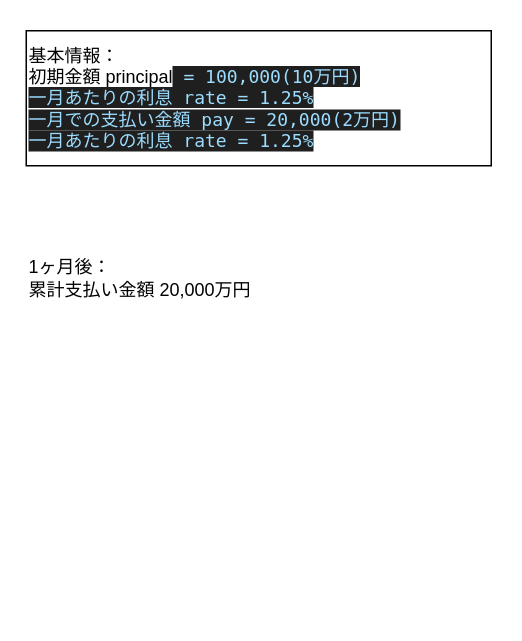
The draw.io diagram page "リボ払い" (4 of 4) of graph.dio in I-Kouta/Python2, before the edit. Source tidied: cells renumbered, new cells numbered last; positions are measured from the earlier drawing's top-left corner, leaving out a move shared by most shapes. Both pictures are drawn from the tidied source at 150%, with x=0, y=0 at pixel (26, 30).
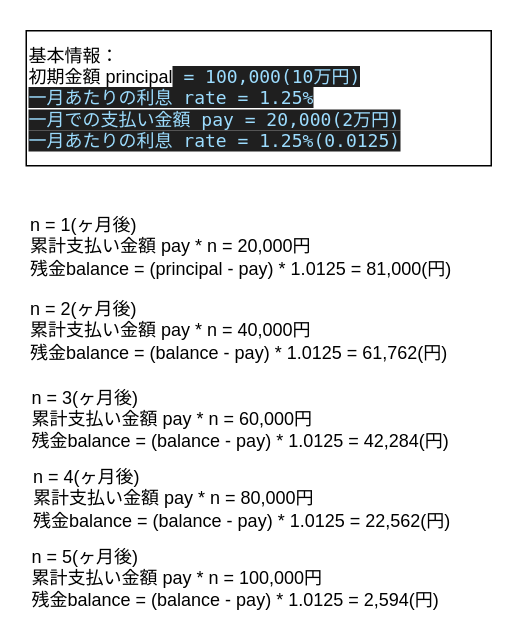
The same page after the edit.

Commit message:
シミュレーションの記述

Change to the diagram source:
```diff
@@
 <mxGraphModel>
   <root>
     <mxCell id="0" />
     <mxCell id="1" parent="0" />
-    <mxCell id="2" value="&lt;p style=&quot;&quot;&gt;&lt;span style=&quot;&quot;&gt;基本情報：&lt;br&gt;&lt;/span&gt;&lt;span style=&quot;&quot;&gt;初期金額 principal&lt;/span&gt;&lt;span style=&quot;color: rgb(156, 220, 254); background-color: rgb(31, 31, 31); font-family: Menlo, Monaco, &amp;quot;Courier New&amp;quot;, monospace;&quot;&gt;&amp;nbsp;= 100,000(10万円)&lt;br&gt;一月あたりの利息 rate = 1.25%&lt;br&gt;一月での支払い金額 pay = 20,000(2万円)&lt;br&gt;&lt;/span&gt;&lt;span style=&quot;color: rgb(156, 220, 254); background-color: rgb(31, 31, 31); font-family: Menlo, Monaco, &amp;quot;Courier New&amp;quot;, monospace;&quot;&gt;一月あたりの利息 rate = 1.25%&lt;/span&gt;&lt;br&gt;&lt;/p&gt;" style="text;html=1;strokeColor=default;fillColor=none;align=left;verticalAlign=middle;whiteSpace=wrap;rounded=0;" parent="1" vertex="1">
+    <mxCell id="2" value="&lt;p style=&quot;&quot;&gt;&lt;span style=&quot;&quot;&gt;基本情報：&lt;br&gt;&lt;/span&gt;&lt;span style=&quot;&quot;&gt;初期金額 principal&lt;/span&gt;&lt;span style=&quot;color: rgb(156, 220, 254); background-color: rgb(31, 31, 31); font-family: Menlo, Monaco, &amp;quot;Courier New&amp;quot;, monospace;&quot;&gt;&amp;nbsp;= 100,000(10万円)&lt;br&gt;一月あたりの利息 rate = 1.25%&lt;br&gt;一月での支払い金額 pay = 20,000(2万円)&lt;br&gt;&lt;/span&gt;&lt;span style=&quot;color: rgb(156, 220, 254); background-color: rgb(31, 31, 31); font-family: Menlo, Monaco, &amp;quot;Courier New&amp;quot;, monospace;&quot;&gt;一月あたりの利息 rate = 1.25%(0.0125)&lt;/span&gt;&lt;br&gt;&lt;/p&gt;" style="text;html=1;strokeColor=default;fillColor=none;align=left;verticalAlign=middle;whiteSpace=wrap;rounded=0;" parent="1" vertex="1">
       <mxGeometry width="310" height="90" as="geometry" />
     </mxCell>
-    <mxCell id="3" value="1ヶ月後：&lt;br&gt;累計支払い金額 20,000万円" style="text;html=1;strokeColor=none;fillColor=none;align=left;verticalAlign=middle;whiteSpace=wrap;rounded=0;" parent="1" vertex="1">
-      <mxGeometry y="120" width="310" height="90" as="geometry" />
+    <mxCell id="3" value="n = 1(ヶ月後)&lt;br&gt;累計支払い金額 pay * n = 20,000円&lt;br&gt;残金balance = (principal - pay) * 1.0125 = 81,000(円)" style="text;html=1;strokeColor=none;fillColor=none;align=left;verticalAlign=middle;whiteSpace=wrap;rounded=0;" parent="1" vertex="1">
+      <mxGeometry x="1" y="118" width="310" height="51" as="geometry" />
     </mxCell>
+    <mxCell id="4" value="n = 2(ヶ月後)&lt;br&gt;累計支払い金額 pay * n = 40,000円&lt;br&gt;残金balance = (balance - pay) * 1.0125 = 61,762(円)" style="text;html=1;strokeColor=none;fillColor=none;align=left;verticalAlign=middle;whiteSpace=wrap;rounded=0;" parent="1" vertex="1">
+      <mxGeometry x="1" y="174" width="310" height="51" as="geometry" />
+    </mxCell>
+    <mxCell id="5" value="n = 3(ヶ月後)&lt;br&gt;累計支払い金額 pay * n = 60,000円&lt;br&gt;残金balance = (balance - pay) * 1.0125 = 42,284(円)" style="text;html=1;strokeColor=none;fillColor=none;align=left;verticalAlign=middle;whiteSpace=wrap;rounded=0;" parent="1" vertex="1">
+      <mxGeometry x="2" y="233" width="310" height="51" as="geometry" />
+    </mxCell>
+    <mxCell id="6" value="n = 4(ヶ月後)&lt;br&gt;累計支払い金額 pay * n = 80,000円&lt;br&gt;残金balance = (balance - pay) * 1.0125 = 22,562(円)" style="text;html=1;strokeColor=none;fillColor=none;align=left;verticalAlign=middle;whiteSpace=wrap;rounded=0;" parent="1" vertex="1">
+      <mxGeometry x="3" y="286" width="310" height="51" as="geometry" />
+    </mxCell>
+    <mxCell id="7" value="n = 5(ヶ月後)&lt;br&gt;累計支払い金額 pay * n = 100,000円&lt;br&gt;残金balance = (balance - pay) * 1.0125 = 2,594(円)" style="text;html=1;strokeColor=none;fillColor=none;align=left;verticalAlign=middle;whiteSpace=wrap;rounded=0;" parent="1" vertex="1">
+      <mxGeometry x="2" y="339" width="310" height="51" as="geometry" />
+    </mxCell>
   </root>
 </mxGraphModel>
```
